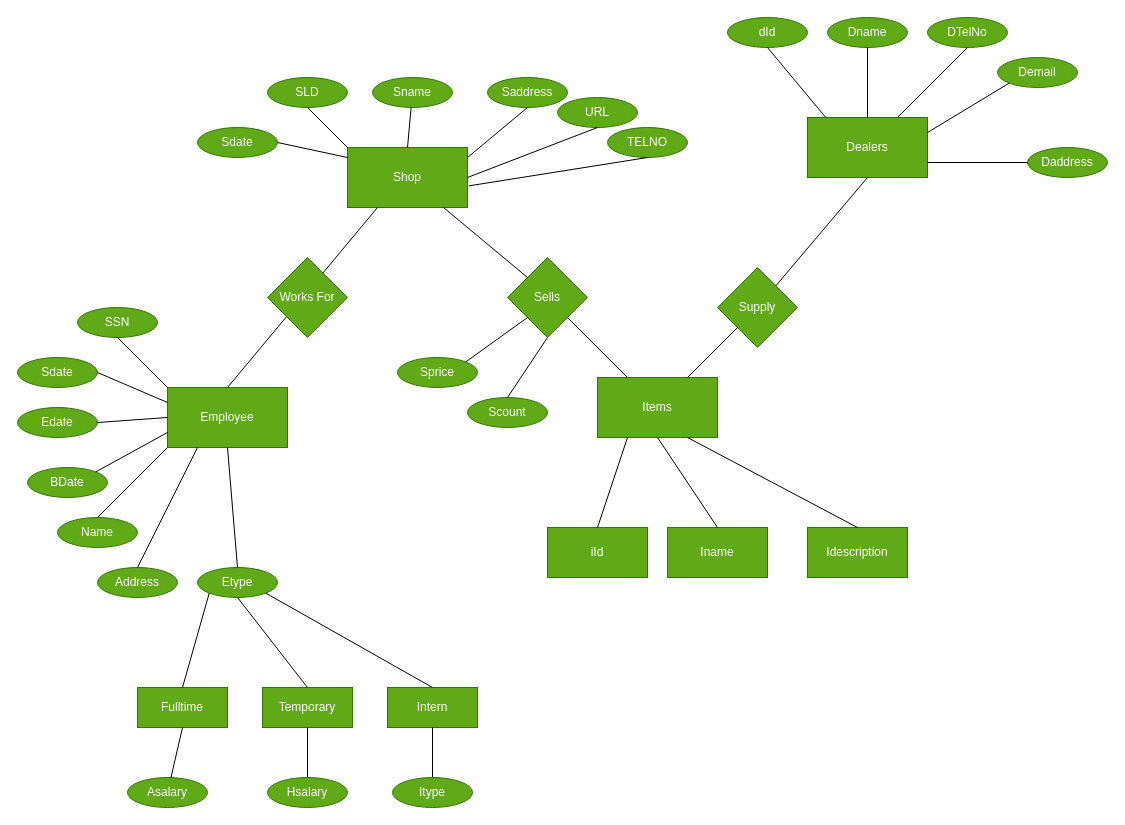
The draw.io diagram EER_Diagram.drawio in n1ck007/cse3330_project, before the edit. Source tidied: cells renumbered, new cells numbered last; positions are measured from the earlier drawing's top-left corner, leaving out a move shared by most shapes. Both pictures are drawn from the tidied source at 100%, with x=0, y=0 at pixel (17, 17).
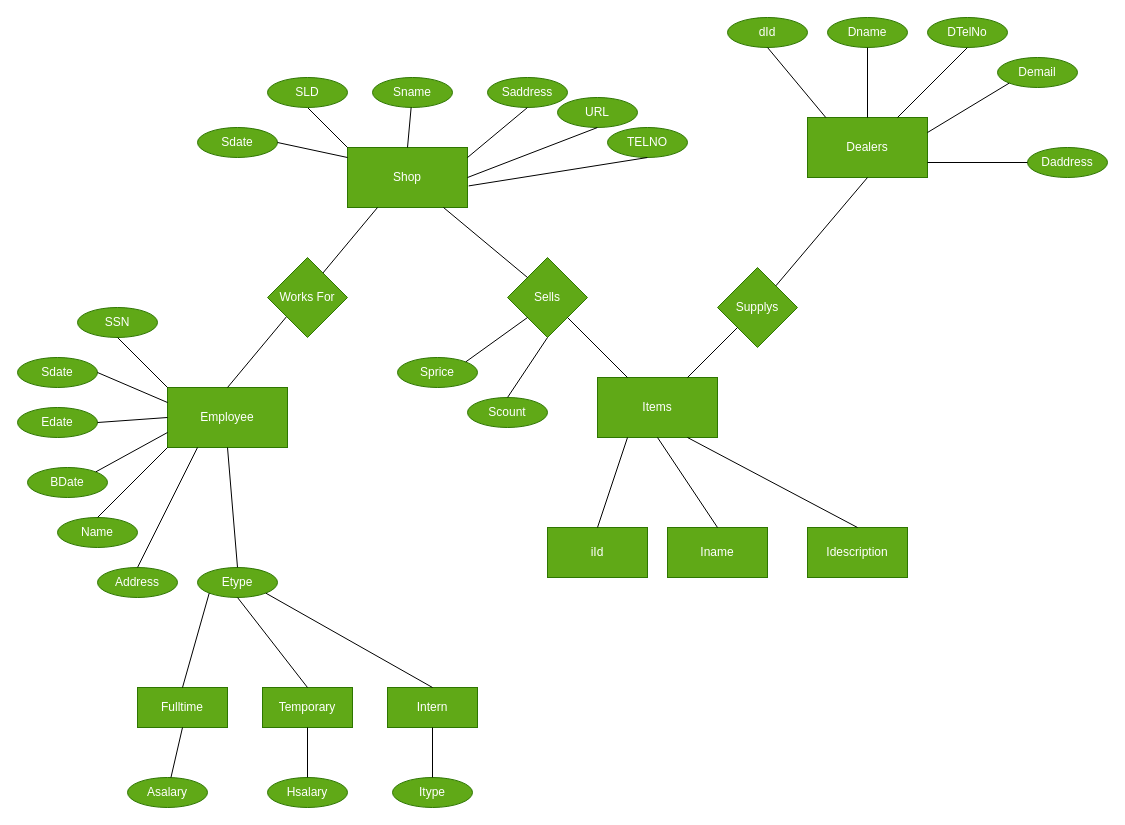
The same page after the edit.

The edit, as a diff of the source:
```diff
@@
-    <mxCell id="37" value="Supply" style="rhombus;whiteSpace=wrap;html=1;fillColor=#60a917;fontColor=#ffffff;strokeColor=#2D7600;" parent="1" vertex="1">
+    <mxCell id="37" value="Supplys" style="rhombus;whiteSpace=wrap;html=1;fillColor=#60a917;fontColor=#ffffff;strokeColor=#2D7600;" parent="1" vertex="1">
       <mxGeometry x="700" y="250" width="80" height="80" as="geometry" />
     </mxCell>
```
